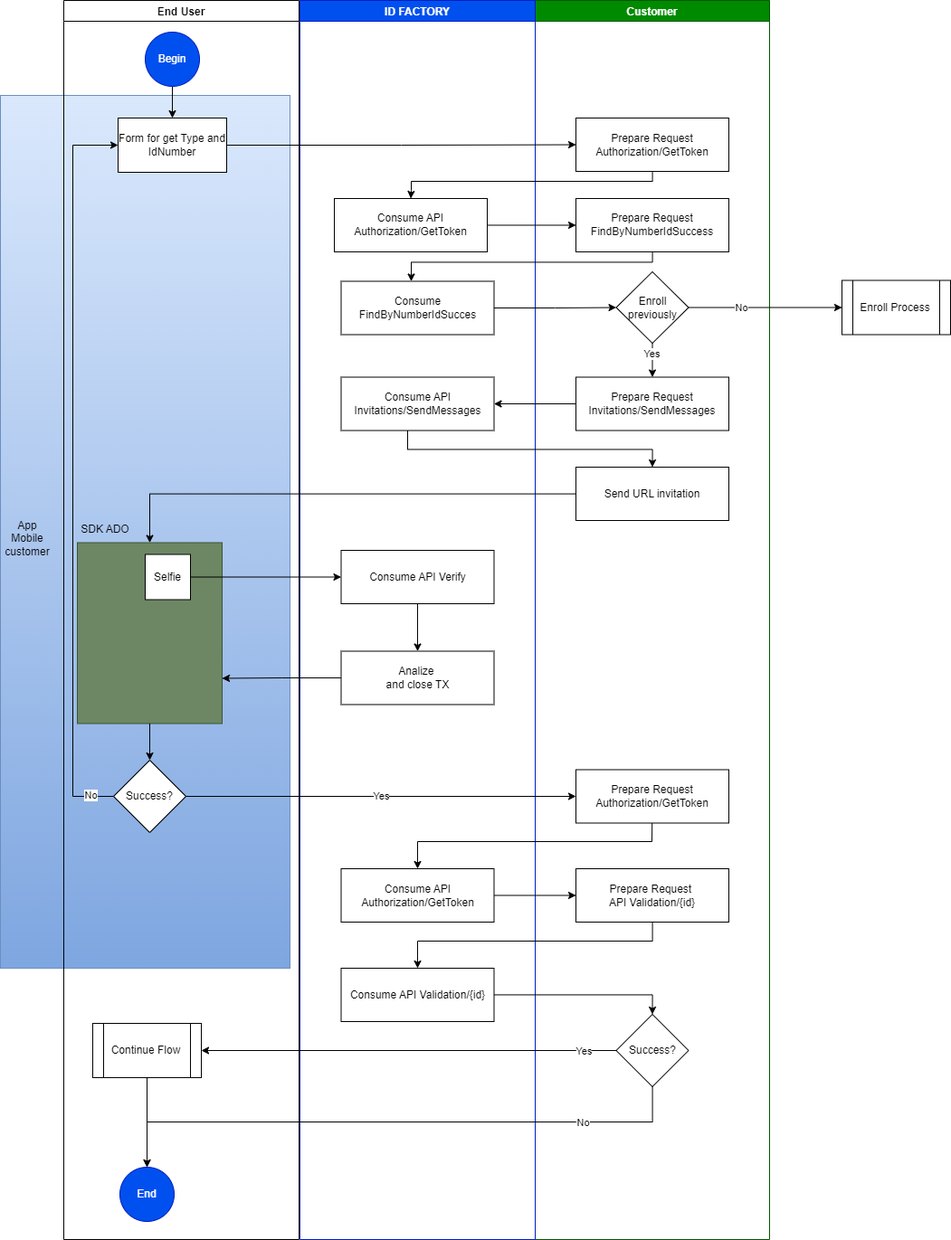
Earlier version of the draw.io export V2/imgs/Verify.png (A3-Enterprise/A3.Frontend.Documentations). Source tidied: cells renumbered, new cells last; positions are measured from the earlier drawing's top-left corner, leaving out a move shared by most shapes.
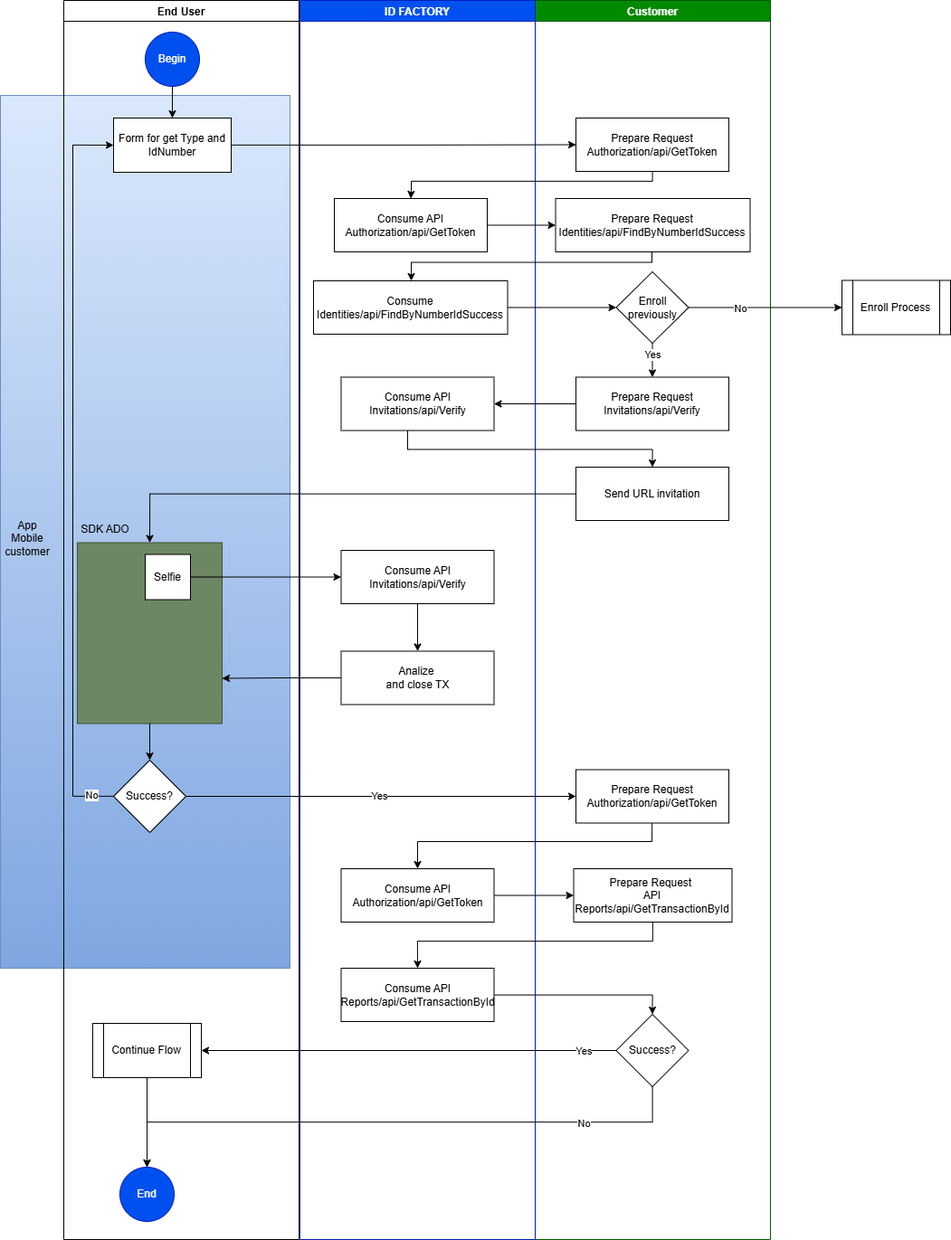
Above is the later version.

The edit, as a diff of the source:
```diff
@@ -6,30 +6,30 @@
       <mxGeometry y="105" width="320" height="965" as="geometry" />
     </mxCell>
     <mxCell id="3" value="Customer" style="swimlane;fillColor=#008a00;fontColor=#ffffff;strokeColor=#005700;" parent="1" vertex="1">
-      <mxGeometry x="591" width="259" height="1370" as="geometry" />
+      <mxGeometry x="591" width="260" height="1370" as="geometry" />
     </mxCell>
-    <mxCell id="4" value="Prepare Request FindByNumberIdSuccess" style="rounded=0;whiteSpace=wrap;html=1;" parent="3" vertex="1">
-      <mxGeometry x="45" y="219" width="169" height="59" as="geometry" />
+    <mxCell id="4" value="Prepare Request Identities/api/FindByNumberIdSuccess" style="rounded=0;whiteSpace=wrap;html=1;" parent="3" vertex="1">
+      <mxGeometry x="22.5" y="219" width="215" height="59" as="geometry" />
     </mxCell>
     <mxCell id="5" value="Enroll previously" style="rhombus;whiteSpace=wrap;html=1;" parent="3" vertex="1">
       <mxGeometry x="89.5" y="300" width="80" height="79" as="geometry" />
     </mxCell>
-    <mxCell id="6" value="Prepare Request&amp;nbsp;&lt;div&gt;API Validation/{id}&lt;/div&gt;" style="rounded=0;whiteSpace=wrap;html=1;" parent="3" vertex="1">
-      <mxGeometry x="45" y="960" width="169" height="59" as="geometry" />
+    <mxCell id="6" value="Prepare Request&amp;nbsp;&lt;div&gt;API Reports/api/GetTransactionById&lt;/div&gt;" style="rounded=0;whiteSpace=wrap;html=1;" parent="3" vertex="1">
+      <mxGeometry x="42.5" y="960" width="175" height="59" as="geometry" />
     </mxCell>
     <mxCell id="7" value="Success?" style="rhombus;whiteSpace=wrap;html=1;" parent="3" vertex="1">
       <mxGeometry x="89.5" y="1121" width="80" height="80" as="geometry" />
     </mxCell>
-    <mxCell id="8" value="Prepare Request Invitations/SendMessages" style="rounded=0;whiteSpace=wrap;html=1;" parent="3" vertex="1">
+    <mxCell id="8" value="Prepare Request Invitations/api/Verify" style="rounded=0;whiteSpace=wrap;html=1;" parent="3" vertex="1">
       <mxGeometry x="45" y="416.5" width="169" height="59" as="geometry" />
     </mxCell>
     <mxCell id="9" value="Send URL invitation" style="rounded=0;whiteSpace=wrap;html=1;" parent="3" vertex="1">
       <mxGeometry x="45" y="516" width="169" height="59" as="geometry" />
     </mxCell>
-    <mxCell id="10" value="Prepare Request Authorization/GetToken&lt;span style=&quot;font-family: monospace; font-size: 0px; text-align: start; text-wrap: nowrap;&quot;&gt;xGraphModel%3E%3Croot%3E%3CmxCell%20id%3D%220%22%2F%3E%3CmxCell%20id%3D%221%22%20parent%3D%220%22%2F%3E%3CmxCell%20id%3D%222%22%20value%3D%22Prepare%20Request%20GetByNumberIdSuccess%22%20style%3D%22rounded%3D0%3BwhiteSpace%3Dwrap%3Bhtml%3D1%3B%22%20vertex%3D%221%22%20parent%3D%221%22%3E%3CmxGeometry%20x%3D%22592%22%20y%3D%22131%22%20width%3D%22169%22%20height%3D%2259%22%20as%3D%22geometry%22%2F%3E%3C%2FmxCell%3E%3C%2Froot%3E%3C%2FmxGraphModel%3E&lt;/span&gt;&lt;span style=&quot;font-family: monospace; font-size: 0px; text-align: start; text-wrap: nowrap;&quot;&gt;%3CmxGraphModel%3E%3Croot%3E%3CmxCell%20id%3D%220%22%2F%3E%3CmxCell%20id%3D%221%22%20parent%3D%220%22%2F%3E%3CmxCell%20id%3D%222%22%20value%3D%22Prepare%20Request%20GetByNumberIdSuccess%22%20style%3D%22rounded%3D0%3BwhiteSpace%3Dwrap%3Bhtml%3D1%3B%22%20vertex%3D%221%22%20parent%3D%221%22%3E%3CmxGeometry%20x%3D%22592%22%20y%3D%22131%22%20width%3D%22169%22%20height%3D%2259%22%20as%3D%22geometr&lt;/span&gt;" style="rounded=0;whiteSpace=wrap;html=1;" parent="3" vertex="1">
+    <mxCell id="10" value="Prepare Request Authorization/api/GetToken" style="rounded=0;whiteSpace=wrap;html=1;" parent="3" vertex="1">
       <mxGeometry x="45" y="130" width="169" height="59" as="geometry" />
     </mxCell>
-    <mxCell id="11" value="Prepare Request Authorization/GetToken&lt;span style=&quot;font-family: monospace; font-size: 0px; text-align: start; text-wrap: nowrap;&quot;&gt;xGraphModel%3E%3Croot%3E%3CmxCell%20id%3D%220%22%2F%3E%3CmxCell%20id%3D%221%22%20parent%3D%220%22%2F%3E%3CmxCell%20id%3D%222%22%20value%3D%22Prepare%20Request%20GetByNumberIdSuccess%22%20style%3D%22rounded%3D0%3BwhiteSpace%3Dwrap%3Bhtml%3D1%3B%22%20vertex%3D%221%22%20parent%3D%221%22%3E%3CmxGeometry%20x%3D%22592%22%20y%3D%22131%22%20width%3D%22169%22%20height%3D%2259%22%20as%3D%22geometry%22%2F%3E%3C%2FmxCell%3E%3C%2Froot%3E%3C%2FmxGraphModel%3E&lt;/span&gt;&lt;span style=&quot;font-family: monospace; font-size: 0px; text-align: start; text-wrap: nowrap;&quot;&gt;%3CmxGraphModel%3E%3Croot%3E%3CmxCell%20id%3D%220%22%2F%3E%3CmxCell%20id%3D%221%22%20parent%3D%220%22%2F%3E%3CmxCell%20id%3D%222%22%20value%3D%22Prepare%20Request%20GetByNumberIdSuccess%22%20style%3D%22rounded%3D0%3BwhiteSpace%3Dwrap%3Bhtml%3D1%3B%22%20vertex%3D%221%22%20parent%3D%221%22%3E%3CmxGeometry%20x%3D%22592%22%20y%3D%22131%22%20width%3D%22169%22%20height%3D%2259%22%20as%3D%22geometr&lt;/span&gt;" style="rounded=0;whiteSpace=wrap;html=1;" parent="3" vertex="1">
+    <mxCell id="11" value="Prepare Request Authorization/api/GetToken" style="rounded=0;whiteSpace=wrap;html=1;" parent="3" vertex="1">
       <mxGeometry x="45" y="850.5" width="169" height="59" as="geometry" />
     </mxCell>
     <mxCell id="12" style="endArrow=classic;html=1;rounded=0;exitX=0.5;exitY=1;exitDx=0;exitDy=0;" parent="3" edge="1" source="5" target="8">
@@ -46,25 +46,25 @@
     <mxCell id="15" style="edgeStyle=orthogonalEdgeStyle;rounded=0;jettySize=auto;html=1;" parent="14" edge="1" source="16" target="18">
       <mxGeometry relative="1" as="geometry" />
     </mxCell>
-    <mxCell id="16" value="Consume API Verify" style="rounded=0;whiteSpace=wrap;html=1;" parent="14" vertex="1">
+    <mxCell id="16" value="Consume API Invitations/api/Verify" style="rounded=0;whiteSpace=wrap;html=1;" parent="14" vertex="1">
       <mxGeometry x="45.5" y="608" width="169" height="59" as="geometry" />
     </mxCell>
-    <mxCell id="17" value="Consume API Validation/{id}" style="rounded=0;whiteSpace=wrap;html=1;" parent="14" vertex="1">
+    <mxCell id="17" value="Consume API Reports/api/GetTransactionById" style="rounded=0;whiteSpace=wrap;html=1;" parent="14" vertex="1">
       <mxGeometry x="45.5" y="1070" width="169" height="59" as="geometry" />
     </mxCell>
     <mxCell id="18" value="Analize&amp;nbsp;&lt;div&gt;and close TX&lt;/div&gt;" style="rounded=0;whiteSpace=wrap;html=1;" parent="14" vertex="1">
       <mxGeometry x="45.5" y="719.5" width="169" height="59" as="geometry" />
     </mxCell>
-    <mxCell id="19" value="Consume API Authorization/GetToken&lt;span style=&quot;font-family: monospace; font-size: 0px; text-align: start; text-wrap: nowrap;&quot;&gt;xGraphModel%3E%3Croot%3E%3CmxCell%20id%3D%220%22%2F%3E%3CmxCell%20id%3D%221%22%20parent%3D%220%22%2F%3E%3CmxCell%20id%3D%222%22%20value%3D%22Prepare%20Request%20GetByNumberIdSuccess%22%20style%3D%22rounded%3D0%3BwhiteSpace%3Dwrap%3Bhtml%3D1%3B%22%20vertex%3D%221%22%20parent%3D%221%22%3E%3CmxGeometry%20x%3D%22592%22%20y%3D%22131%22%20width%3D%22169%22%20height%3D%2259%22%20as%3D%22geometry%22%2F%3E%3C%2FmxCell%3E%3C%2Froot%3E%3C%2FmxGraphModel%3E&lt;/span&gt;&lt;span style=&quot;font-family: monospace; font-size: 0px; text-align: start; text-wrap: nowrap;&quot;&gt;%3CmxGraphModel%3E%3Croot%3E%3CmxCell%20id%3D%220%22%2F%3E%3CmxCell%20id%3D%221%22%20parent%3D%220%22%2F%3E%3CmxCell%20id%3D%222%22%20value%3D%22Prepare%20Request%20GetByNumberIdSuccess%22%20style%3D%22rounded%3D0%3BwhiteSpace%3Dwrap%3Bhtml%3D1%3B%22%20vertex%3D%221%22%20parent%3D%221%22%3E%3CmxGeometry%20x%3D%22592%22%20y%3D%22131%22%20width%3D%22169%22%20height%3D%2259%22%20as%3D%22geometr&lt;/span&gt;" style="rounded=0;whiteSpace=wrap;html=1;" parent="14" vertex="1">
+    <mxCell id="19" value="Consume API Authorization/api/GetToken" style="rounded=0;whiteSpace=wrap;html=1;" parent="14" vertex="1">
       <mxGeometry x="38" y="219" width="169" height="59" as="geometry" />
     </mxCell>
-    <mxCell id="20" value="Consume API Authorization/GetToken&lt;span style=&quot;font-family: monospace; font-size: 0px; text-align: start; text-wrap: nowrap;&quot;&gt;xGraphModel%3E%3Croot%3E%3CmxCell%20id%3D%220%22%2F%3E%3CmxCell%20id%3D%221%22%20parent%3D%220%22%2F%3E%3CmxCell%20id%3D%222%22%20value%3D%22Prepare%20Request%20GetByNumberIdSuccess%22%20style%3D%22rounded%3D0%3BwhiteSpace%3Dwrap%3Bhtml%3D1%3B%22%20vertex%3D%221%22%20parent%3D%221%22%3E%3CmxGeometry%20x%3D%22592%22%20y%3D%22131%22%20width%3D%22169%22%20height%3D%2259%22%20as%3D%22geometry%22%2F%3E%3C%2FmxCell%3E%3C%2Froot%3E%3C%2FmxGraphModel%3E&lt;/span&gt;&lt;span style=&quot;font-family: monospace; font-size: 0px; text-align: start; text-wrap: nowrap;&quot;&gt;%3CmxGraphModel%3E%3Croot%3E%3CmxCell%20id%3D%220%22%2F%3E%3CmxCell%20id%3D%221%22%20parent%3D%220%22%2F%3E%3CmxCell%20id%3D%222%22%20value%3D%22Prepare%20Request%20GetByNumberIdSuccess%22%20style%3D%22rounded%3D0%3BwhiteSpace%3Dwrap%3Bhtml%3D1%3B%22%20vertex%3D%221%22%20parent%3D%221%22%3E%3CmxGeometry%20x%3D%22592%22%20y%3D%22131%22%20width%3D%22169%22%20height%3D%2259%22%20as%3D%22geometr&lt;/span&gt;" style="rounded=0;whiteSpace=wrap;html=1;" parent="14" vertex="1">
+    <mxCell id="20" value="Consume API Authorization/api/GetToken" style="rounded=0;whiteSpace=wrap;html=1;" parent="14" vertex="1">
       <mxGeometry x="45.5" y="960" width="169" height="59" as="geometry" />
     </mxCell>
-    <mxCell id="21" value="Consume FindByNumberIdSucces" style="rounded=0;whiteSpace=wrap;html=1;" parent="14" vertex="1">
-      <mxGeometry x="45.5" y="310.5" width="169" height="59" as="geometry" />
+    <mxCell id="21" value="Consume Identities/api/FindByNumberIdSuccess" style="rounded=0;whiteSpace=wrap;html=1;" parent="14" vertex="1">
+      <mxGeometry x="15" y="310" width="214.5" height="59" as="geometry" />
     </mxCell>
-    <mxCell id="22" value="Consume API Invitations/SendMessages" style="rounded=0;whiteSpace=wrap;html=1;" parent="14" vertex="1">
+    <mxCell id="22" value="Consume API Invitations/api/Verify" style="rounded=0;whiteSpace=wrap;html=1;" parent="14" vertex="1">
       <mxGeometry x="45.5" y="416.5" width="169" height="59" as="geometry" />
     </mxCell>
     <mxCell id="23" value="End User" style="swimlane;" parent="1" vertex="1">
@@ -77,7 +77,7 @@
       <mxGeometry x="90" y="35" width="60" height="60" as="geometry" />
     </mxCell>
     <mxCell id="26" value="Form for get Type and IdNumber" style="rounded=0;whiteSpace=wrap;html=1;" parent="23" vertex="1">
-      <mxGeometry x="60" y="130" width="120" height="60" as="geometry" />
+      <mxGeometry x="55" y="130" width="130" height="60" as="geometry" />
     </mxCell>
     <mxCell id="27" style="edgeStyle=orthogonalEdgeStyle;rounded=0;jettySize=auto;html=1;entryX=0.5;entryY=0;entryDx=0;entryDy=0;" parent="23" edge="1" source="28" target="29">
       <mxGeometry relative="1" as="geometry" />
```
